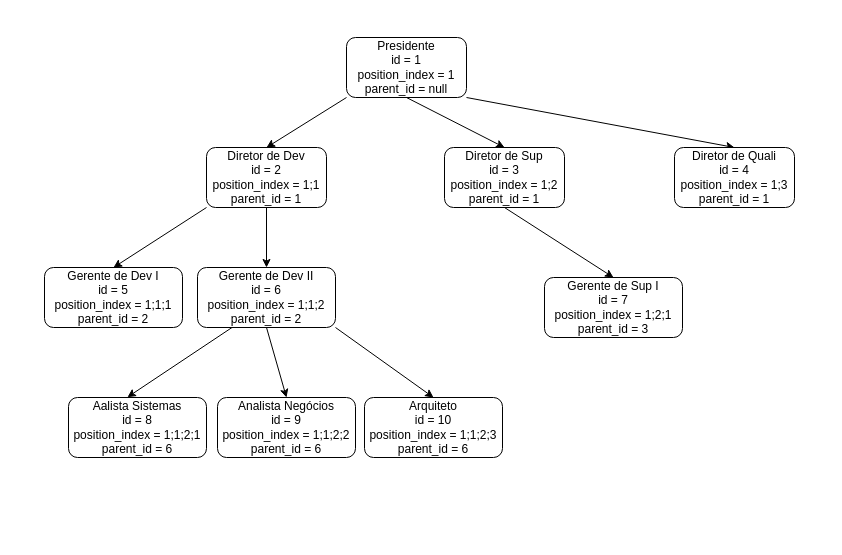
This is tree-view.drawio from tnicacio/test-tree-view, a draw.io file, before an edit. Source tidied: cells renumbered, new cells numbered last; positions are measured from the earlier drawing's top-left corner, leaving out a move shared by most shapes. Both pictures are drawn from the tidied source at 100%, with x=0, y=0 at pixel (44, 37).
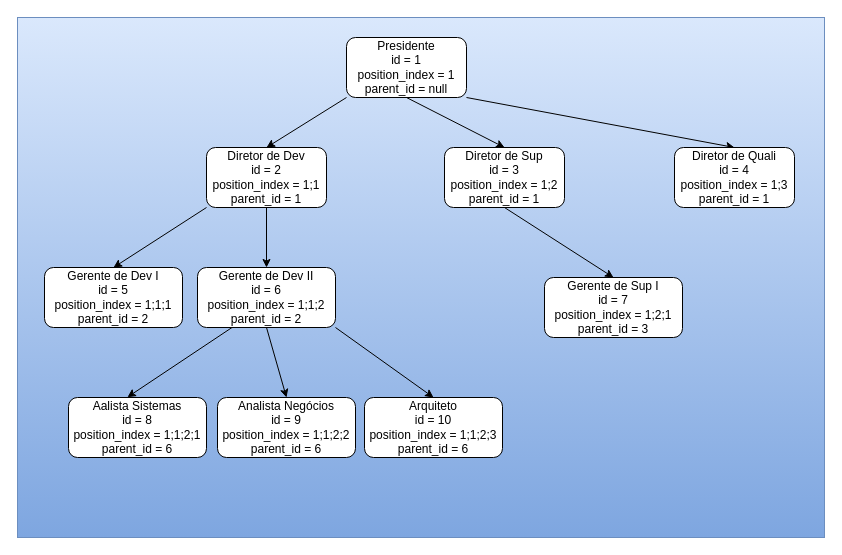
The same page after the edit.

Commit message (it also covers changes not shown here):
Exporting tree as png

What changed in the source:
```diff
@@
+    <mxCell id="21" style="whiteSpace=wrap;html=1;fillColor=#dae8fc;gradientColor=#7ea6e0;strokeColor=#6c8ebf;" parent="1" vertex="1">
+      <mxGeometry x="-27" y="-20" width="807" height="520" as="geometry" />
+    </mxCell>
```
